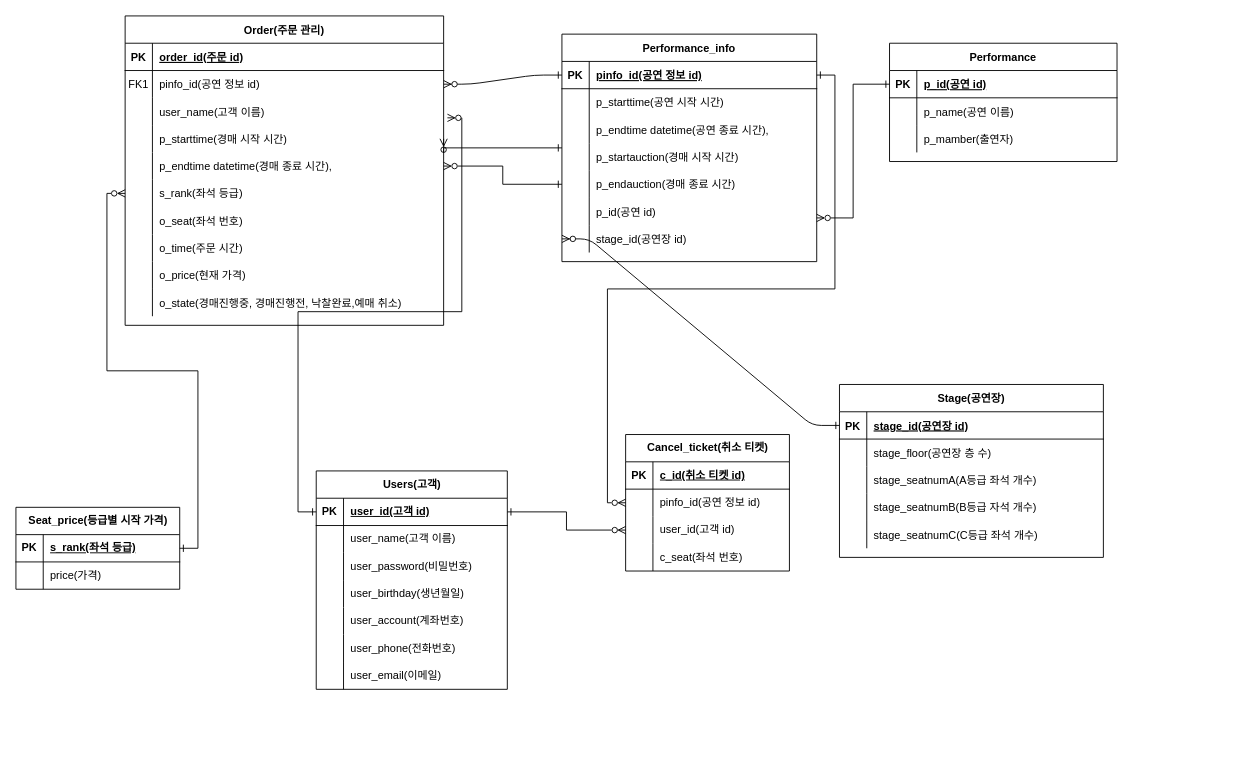
Earlier version of the draw.io diagram test1.drawio (Vion44/Ticketing). Source tidied: cells renumbered, new cells numbered last; positions are measured from the earlier drawing's top-left corner, leaving out a move shared by most shapes. Both pictures are drawn from the tidied source at 91%, with x=0, y=0 at pixel (15, 15).
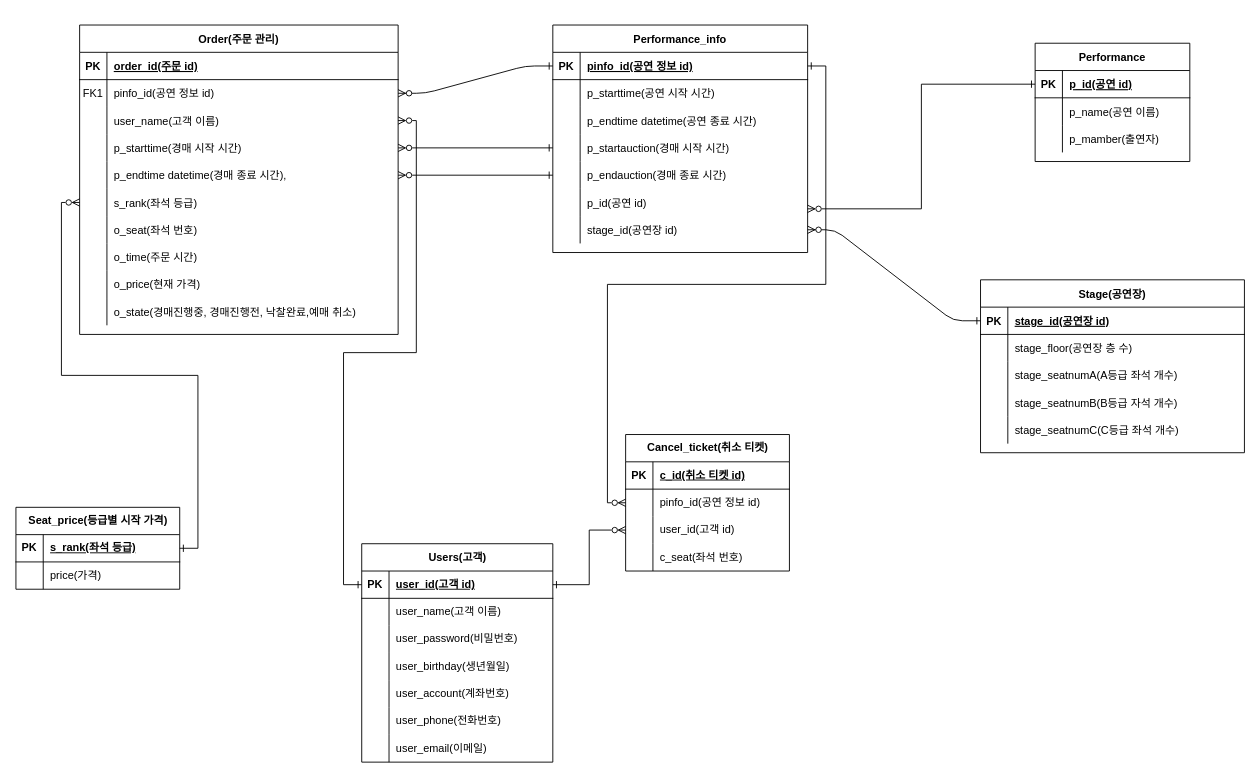
After the change.

Unchanged cells that the change refers to:
```xml
<mxCell id="11" style="shape=partialRectangle;fillColor=none;top=0;left=0;right=0;bottom=0;" parent="4" vertex="1">
  <mxGeometry y="90" width="280" height="30" as="geometry" />
</mxCell>
<mxCell id="14" style="shape=partialRectangle;fillColor=none;points=[[0,0.5],[1,0.5]];portConstraint=eastwest;top=0;left=0;right=0;bottom=0;" parent="4" vertex="1">
  <mxGeometry y="120" width="280" height="30" as="geometry" />
</mxCell>
<mxCell id="23" style="shape=partialRectangle;fillColor=none;points=[[0,0.5],[1,0.5]];portConstraint=eastwest;top=0;left=0;right=0;bottom=0;" parent="4" vertex="1">
  <mxGeometry y="210" width="280" height="30" as="geometry" />
</mxCell>
<mxCell id="33" style="shape=partialRectangle;fillColor=none;points=[[0,0.5],[1,0.5]];portConstraint=eastwest;top=0;left=0;right=0;bottom=0;" parent="26" vertex="1">
  <mxGeometry y="90" width="350" height="30" as="geometry" />
</mxCell>
<mxCell id="36" style="shape=partialRectangle;fillColor=none;points=[[0,0.5],[1,0.5]];portConstraint=eastwest;top=0;left=0;right=0;bottom=0;" parent="26" vertex="1">
  <mxGeometry y="120" width="350" height="30" as="geometry" />
</mxCell>
<mxCell id="58" style="shape=partialRectangle;fillColor=none;points=[[0,0.5],[1,0.5]];portConstraint=eastwest;top=0;left=0;right=0;bottom=1;" parent="57" vertex="1">
  <mxGeometry y="30" width="290" height="30" as="geometry" />
</mxCell>
<mxCell id="74" style="shape=tableRow;horizontal=0;startSize=0;swimlaneHead=0;swimlaneBody=0;fillColor=none;points=[[0,0.5],[1,0.5]];portConstraint=eastwest;top=0;left=0;right=0;bottom=1;" parent="73" vertex="1">
  <mxGeometry y="30" width="210" height="30" as="geometry" />
</mxCell>
```

Change to the diagram source:
```diff
@@
-    <mxCell id="2" style="edgeStyle=entityRelationEdgeStyle;endArrow=ERzeroToMany;startArrow=ERone;endFill=1;startFill=0;entryX=0;entryY=0.5;entryDx=0;entryDy=0;" parent="1" edge="1" source="58" target="23">
+    <mxCell id="2" style="edgeStyle=entityRelationEdgeStyle;endArrow=ERzeroToMany;startArrow=ERone;endFill=1;startFill=0;entryX=1;entryY=0.5;entryDx=0;entryDy=0;" parent="1" edge="1" source="58" target="23">
       <mxGeometry relative="1" as="geometry">
         <Array as="points">
           <mxPoint x="220" y="120" />
           <mxPoint x="200" y="60" />
         </Array>
       </mxGeometry>
     </mxCell>
@@
     <mxCell id="4" value="Performance_info" style="shape=table;startSize=30;childLayout=tableLayout;rowLines=0;fontStyle=1;align=center;" parent="1" vertex="1">
-      <mxGeometry x="600" y="20" width="280" height="250" as="geometry" />
+      <mxGeometry x="590" y="10" width="280" height="250" as="geometry" />
     </mxCell>
@@
-    <mxCell id="13" value="p_endtime datetime(공연 종료 시간)," style="shape=partialRectangle;overflow=hidden;fillColor=none;top=0;left=0;bottom=0;right=0;align=left;spacingLeft=6;" parent="11" vertex="1">
+    <mxCell id="13" value="p_endtime datetime(공연 종료 시간)" style="shape=partialRectangle;overflow=hidden;fillColor=none;top=0;left=0;bottom=0;right=0;align=left;spacingLeft=6;" parent="11" vertex="1">
       <mxGeometry x="30" width="250" height="30" as="geometry" />
     </mxCell>
@@
     <mxCell id="26" value="Order(주문 관리)" style="shape=table;startSize=30;childLayout=tableLayout;rowLines=0;fontStyle=1;align=center;" parent="1" vertex="1">
-      <mxGeometry x="120" width="350" height="340" as="geometry" />
+      <mxGeometry x="70" y="10" width="350" height="340" as="geometry" />
     </mxCell>
@@
     <mxCell id="57" value="Stage(공연장)" style="shape=table;startSize=30;childLayout=tableLayout;rowLines=0;fontStyle=1;align=center;verticalAlign=middle;" parent="1" vertex="1">
-      <mxGeometry x="905" y="405" width="290" height="190" as="geometry" />
+      <mxGeometry x="1060" y="290" width="290" height="190" as="geometry" />
     </mxCell>
@@
     <mxCell id="73" value="Users(고객)" style="shape=table;startSize=30;childLayout=tableLayout;rowLines=0;fontStyle=1;align=center;html=1;swimlaneLine=1;" parent="1" vertex="1">
-      <mxGeometry x="330" y="500" width="210" height="240" as="geometry" />
+      <mxGeometry x="380" y="580" width="210" height="240" as="geometry" />
     </mxCell>
@@
     <mxCell id="95" value="Performance" style="shape=table;startSize=30;childLayout=tableLayout;rowLines=0;fontStyle=1;align=center;" parent="1" vertex="1">
-      <mxGeometry x="960" y="30" width="250" height="130" as="geometry" />
+      <mxGeometry x="1120" y="30" width="170" height="130" as="geometry" />
     </mxCell>
     <mxCell id="96" style="shape=partialRectangle;fillColor=none;points=[[0,0.5],[1,0.5]];portConstraint=eastwest;top=0;left=0;right=0;bottom=1;" parent="95" vertex="1">
-      <mxGeometry y="30" width="250" height="30" as="geometry" />
+      <mxGeometry y="30" width="170" height="30" as="geometry" />
     </mxCell>
@@
     <mxCell id="98" value="p_id(공연 id)" style="shape=partialRectangle;overflow=hidden;fillColor=none;top=0;left=0;bottom=0;right=0;align=left;spacingLeft=6;fontStyle=5;" parent="96" vertex="1">
-      <mxGeometry x="30" width="220" height="30" as="geometry" />
+      <mxGeometry x="30" width="140" height="30" as="geometry" />
     </mxCell>
     <mxCell id="99" style="shape=partialRectangle;fillColor=none;top=0;left=0;right=0;bottom=0;" parent="95" vertex="1">
-      <mxGeometry y="60" width="250" height="30" as="geometry" />
+      <mxGeometry y="60" width="170" height="30" as="geometry" />
     </mxCell>
@@
     <mxCell id="101" value="p_name(공연 이름)" style="shape=partialRectangle;overflow=hidden;fillColor=none;top=0;left=0;bottom=0;right=0;align=left;spacingLeft=6;" parent="99" vertex="1">
-      <mxGeometry x="30" width="220" height="30" as="geometry" />
+      <mxGeometry x="30" width="140" height="30" as="geometry" />
     </mxCell>
     <mxCell id="102" style="shape=partialRectangle;fillColor=none;top=0;left=0;right=0;bottom=0;" parent="95" vertex="1">
-      <mxGeometry y="90" width="250" height="30" as="geometry" />
+      <mxGeometry y="90" width="170" height="30" as="geometry" />
     </mxCell>
@@
     <mxCell id="104" value="p_mamber(출연자)" style="shape=partialRectangle;overflow=hidden;fillColor=none;top=0;left=0;bottom=0;right=0;align=left;spacingLeft=6;" parent="102" vertex="1">
-      <mxGeometry x="30" width="220" height="30" as="geometry" />
+      <mxGeometry x="30" width="140" height="30" as="geometry" />
     </mxCell>
@@
-    <mxCell id="106" style="edgeStyle=orthogonalEdgeStyle;rounded=0;jettySize=auto;html=1;entryX=1.012;entryY=0.733;entryDx=0;entryDy=0;entryPerimeter=0;startArrow=ERone;startFill=0;endArrow=ERzeroToMany;endFill=0;" parent="1" edge="1" source="74" target="33">
+    <mxCell id="106" style="edgeStyle=orthogonalEdgeStyle;rounded=0;jettySize=auto;html=1;startArrow=ERone;startFill=0;endArrow=ERzeroToMany;endFill=0;entryX=1;entryY=0.5;entryDx=0;entryDy=0;" parent="1" edge="1" source="74" target="33">
       <mxGeometry relative="1" as="geometry" />
     </mxCell>
@@
-    <mxCell id="127" style="edgeStyle=orthogonalEdgeStyle;rounded=0;jettySize=auto;html=1;entryX=1;entryY=0.5;entryDx=0;entryDy=0;endArrow=ERzeroToMany;endFill=0;startArrow=ERone;startFill=0;" parent="1" edge="1" source="14" target="36">
+    <mxCell id="127" style="edgeStyle=orthogonalEdgeStyle;rounded=0;jettySize=auto;html=1;endArrow=ERzeroToMany;endFill=0;startArrow=ERone;startFill=0;entryX=1;entryY=0.5;entryDx=0;entryDy=0;" parent="1" edge="1" source="14" target="36">
       <mxGeometry relative="1" as="geometry">
         <Array as="points">
-          <mxPoint x="710" y="145" />
-          <mxPoint x="710" y="145" />
+          <mxPoint x="420" y="145" />
         </Array>
       </mxGeometry>
     </mxCell>
```
